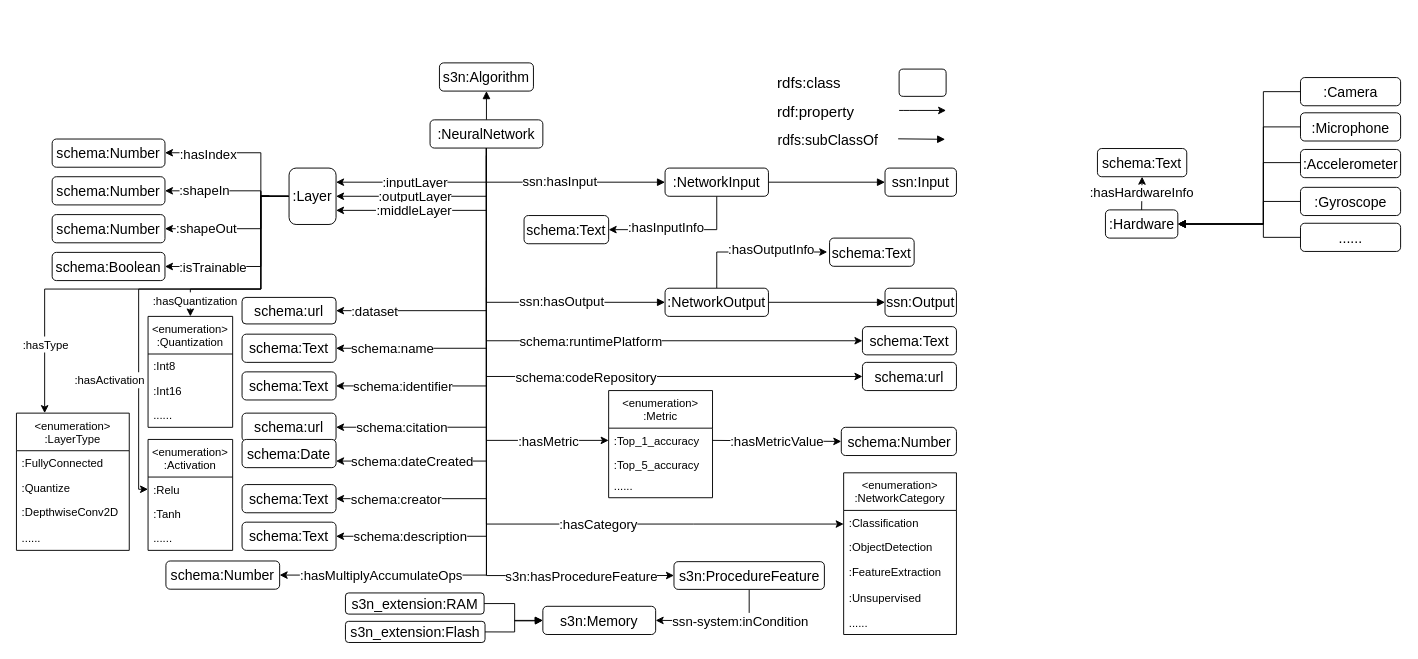
Above: NN_tinyML.drawio in Haoyu-R/appendix (draw.io), before the change. Source tidied: cells renumbered, new cells numbered last; positions are measured from the earlier drawing's top-left corner, leaving out a move shared by most shapes. Both pictures are drawn from the tidied source at 94%, with x=0, y=0 at pixel (16, 62).
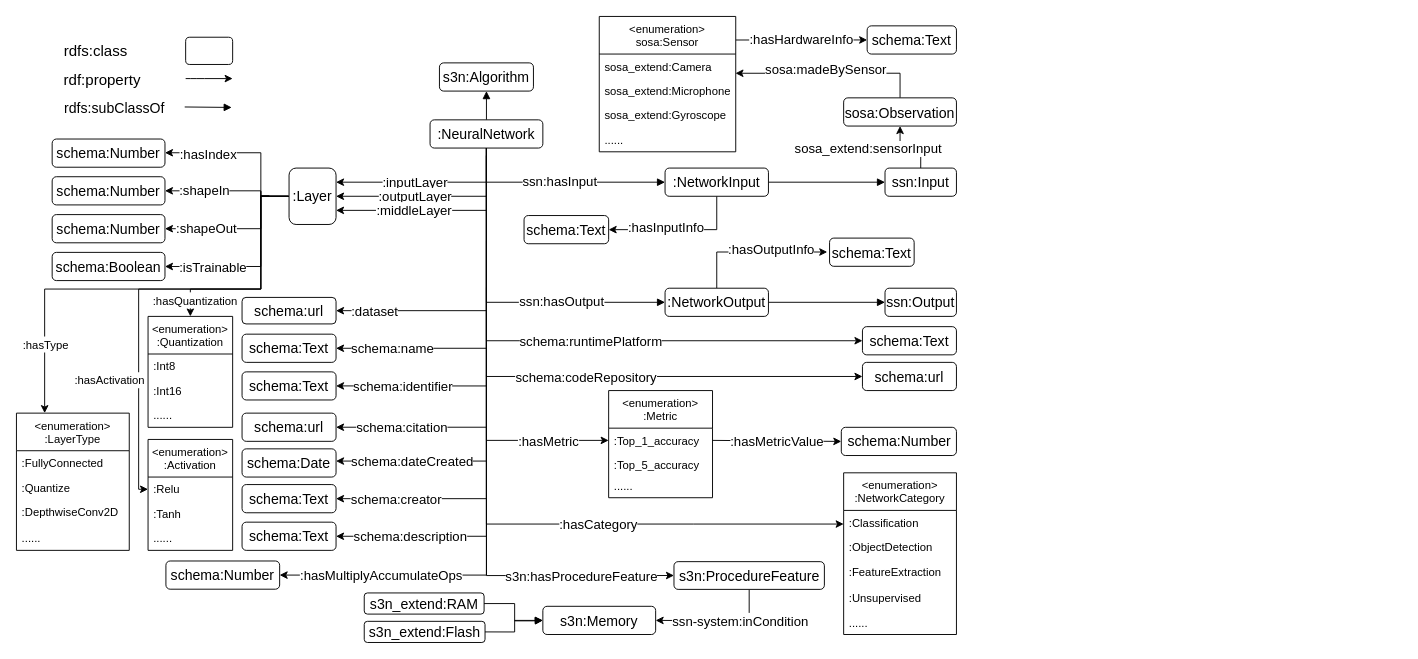
The same diagram, later.

The change refers to these unchanged cells:
```xml
<mxCell id="30" value="ssn:Input" style="rounded=1;whiteSpace=wrap;html=1;fontSize=15;" parent="1" vertex="1">
  <mxGeometry x="924" y="112.3" width="76" height="30" as="geometry" />
</mxCell>
```

Change to the diagram source:
```diff
@@
     <mxCell id="24" style="rounded=1;whiteSpace=wrap;html=1;fontSize=16;" parent="1" vertex="1">
-      <mxGeometry x="939" y="7" width="50" height="29" as="geometry" />
+      <mxGeometry x="180" y="-26.9" width="50" height="29" as="geometry" />
     </mxCell>
     <mxCell id="25" value="rdfs:class" style="text;html=1;align=center;verticalAlign=middle;strokeColor=none;fontSize=16;" parent="1" vertex="1">
-      <mxGeometry x="803" y="11.5" width="80" height="20" as="geometry" />
+      <mxGeometry x="44" y="-22.4" width="80" height="20" as="geometry" />
     </mxCell>
     <mxCell id="26" value="rdf:property" style="text;html=1;align=center;verticalAlign=middle;strokeColor=none;fontSize=16;" parent="1" vertex="1">
-      <mxGeometry x="800" y="41.5" width="100" height="20" as="geometry" />
+      <mxGeometry x="41" y="7.6" width="100" height="20" as="geometry" />
     </mxCell>
     <mxCell id="27" style="endArrow=classic;html=1;fontSize=16;" parent="1" edge="1">
       <mxGeometry relative="1" as="geometry">
-        <mxPoint x="939" y="51" as="sourcePoint" />
-        <mxPoint x="989" y="51" as="targetPoint" />
+        <mxPoint x="180" y="17.1" as="sourcePoint" />
+        <mxPoint x="230" y="17.1" as="targetPoint" />
         <Array as="points">
-          <mxPoint x="949" y="51" />
+          <mxPoint x="190" y="17.1" />
         </Array>
       </mxGeometry>
     </mxCell>
     <mxCell id="28" style="endArrow=block;html=1;fontSize=16;endFill=1;" parent="1" edge="1">
       <mxGeometry relative="1" as="geometry">
-        <mxPoint x="938" y="81.2" as="sourcePoint" />
-        <mxPoint x="988" y="81.7" as="targetPoint" />
+        <mxPoint x="179" y="47.3" as="sourcePoint" />
+        <mxPoint x="229" y="47.8" as="targetPoint" />
       </mxGeometry>
     </mxCell>
     <mxCell id="29" value="rdfs:subClassOf" style="text;html=1;align=center;verticalAlign=middle;strokeColor=none;fontSize=15;" parent="1" vertex="1">
-      <mxGeometry x="803" y="71.5" width="120" height="20" as="geometry" />
+      <mxGeometry x="44" y="37.6" width="120" height="20" as="geometry" />
     </mxCell>
+    <mxCell id="117" style="edgeStyle=orthogonalEdgeStyle;rounded=0;jettySize=auto;html=1;exitX=0.5;exitY=0;exitDx=0;exitDy=0;entryX=0.5;entryY=1;entryDx=0;entryDy=0;fontSize=12;" parent="1" edge="1" source="30" target="125">
+      <mxGeometry relative="1" as="geometry" />
+    </mxCell>
+    <mxCell id="118" value="&lt;font style=&quot;font-size: 14px&quot;&gt;sosa_extend:sensorInput&lt;/font&gt;" style="edgeLabel;html=1;align=center;verticalAlign=middle;fontSize=12;" parent="117" vertex="1">
+      <mxGeometry x="0.37" relative="1" as="geometry">
+        <mxPoint x="-35" y="3" as="offset" />
+      </mxGeometry>
+    </mxCell>
@@
-    <mxCell id="54" value=":Hardware" style="rounded=1;whiteSpace=wrap;html=1;fontSize=15;" parent="1" vertex="1">
-      <mxGeometry x="1158.5" y="156.8" width="77" height="30" as="geometry" />
-    </mxCell>
-    <mxCell id="55" value="&lt;font style=&quot;font-size: 14px&quot;&gt;:hasHardwareInfo&lt;/font&gt;" style="endArrow=classic;html=1;rounded=0;entryX=0.5;entryY=1;entryDx=0;entryDy=0;exitX=0.5;exitY=0;exitDx=0;exitDy=0;" parent="1" edge="1" source="54" target="56">
-      <mxGeometry relative="1" as="geometry" />
+    <mxCell id="55" value="&lt;font style=&quot;font-size: 14px&quot;&gt;:hasHardwareInfo&lt;/font&gt;" style="endArrow=classic;html=1;rounded=0;entryX=0;entryY=0.5;entryDx=0;entryDy=0;exitX=1.001;exitY=0.174;exitDx=0;exitDy=0;exitPerimeter=0;" parent="1" edge="1" source="119" target="56">
+      <mxGeometry relative="1" as="geometry">
+        <Array as="points">
+          <mxPoint x="840" y="-24" />
+        </Array>
+      </mxGeometry>
     </mxCell>
     <mxCell id="56" value="schema:Text" style="rounded=1;whiteSpace=wrap;html=1;fontSize=15;" parent="1" vertex="1">
-      <mxGeometry x="1150" y="91.5" width="95" height="30" as="geometry" />
+      <mxGeometry x="905" y="-39" width="95" height="30" as="geometry" />
     </mxCell>
-    <mxCell id="57" value="&lt;div&gt;:Camera&lt;/div&gt;" style="rounded=1;whiteSpace=wrap;html=1;fontSize=15;" parent="1" vertex="1">
-      <mxGeometry x="1366" y="16" width="106.5" height="30" as="geometry" />
-    </mxCell>
-    <mxCell id="58" value=":Microphone" style="rounded=1;whiteSpace=wrap;html=1;fontSize=15;" parent="1" vertex="1">
-      <mxGeometry x="1366" y="53.5" width="106.5" height="30" as="geometry" />
-    </mxCell>
-    <mxCell id="59" value=":Accelerometer" style="rounded=1;whiteSpace=wrap;html=1;fontSize=15;" parent="1" vertex="1">
-      <mxGeometry x="1366" y="92.5" width="106.5" height="30" as="geometry" />
-    </mxCell>
-    <mxCell id="60" style="edgeStyle=orthogonalEdgeStyle;rounded=0;jettySize=auto;html=1;exitX=0;exitY=0.5;exitDx=0;exitDy=0;endArrow=block;endFill=1;entryX=1;entryY=0.5;entryDx=0;entryDy=0;" parent="1" edge="1" source="61" target="54">
-      <mxGeometry relative="1" as="geometry">
-        <Array as="points">
-          <mxPoint x="1326.5" y="147.5" />
-          <mxPoint x="1326.5" y="171.5" />
-        </Array>
-      </mxGeometry>
-    </mxCell>
-    <mxCell id="61" value="&lt;span class=&quot;ILfuVd&quot;&gt;&lt;span class=&quot;hgKElc&quot;&gt;:Gyroscope&lt;/span&gt;&lt;/span&gt;" style="rounded=1;whiteSpace=wrap;html=1;fontSize=15;" parent="1" vertex="1">
-      <mxGeometry x="1366" y="132.8" width="106.5" height="30" as="geometry" />
-    </mxCell>
@@
-    <mxCell id="71" style="edgeStyle=orthogonalEdgeStyle;rounded=0;jettySize=auto;html=1;endArrow=block;endFill=1;entryX=1;entryY=0.5;entryDx=0;entryDy=0;" parent="1" edge="1" target="54">
-      <mxGeometry relative="1" as="geometry">
-        <mxPoint x="1366.5" y="106.5" as="sourcePoint" />
-        <Array as="points">
-          <mxPoint x="1326.5" y="106.5" />
-          <mxPoint x="1326.5" y="171.5" />
-        </Array>
-      </mxGeometry>
-    </mxCell>
-    <mxCell id="72" style="edgeStyle=orthogonalEdgeStyle;rounded=0;jettySize=auto;html=1;endArrow=block;endFill=1;entryX=1;entryY=0.5;entryDx=0;entryDy=0;exitX=0;exitY=0.5;exitDx=0;exitDy=0;" parent="1" edge="1" source="58" target="54">
-      <mxGeometry relative="1" as="geometry">
-        <Array as="points">
-          <mxPoint x="1326.5" y="68.5" />
-          <mxPoint x="1326.5" y="171.5" />
-        </Array>
-      </mxGeometry>
-    </mxCell>
-    <mxCell id="73" style="edgeStyle=orthogonalEdgeStyle;rounded=0;jettySize=auto;html=1;endArrow=block;endFill=1;entryX=1;entryY=0.5;entryDx=0;entryDy=0;exitX=0;exitY=0.5;exitDx=0;exitDy=0;" parent="1" edge="1" source="57" target="54">
-      <mxGeometry relative="1" as="geometry">
-        <Array as="points">
-          <mxPoint x="1326.5" y="31.5" />
-          <mxPoint x="1326.5" y="171.5" />
-        </Array>
-      </mxGeometry>
-    </mxCell>
@@
     <mxCell id="79" value="schema:Date" style="rounded=1;whiteSpace=wrap;html=1;fontSize=15;" parent="1" vertex="1">
-      <mxGeometry x="240" y="401" width="100" height="30" as="geometry" />
+      <mxGeometry x="240" y="411" width="100" height="30" as="geometry" />
     </mxCell>
@@
-    <mxCell id="85" value="......" style="rounded=1;whiteSpace=wrap;html=1;fontSize=15;" parent="1" vertex="1">
-      <mxGeometry x="1366" y="171" width="106.5" height="30" as="geometry" />
-    </mxCell>
-    <mxCell id="86" style="edgeStyle=orthogonalEdgeStyle;rounded=0;jettySize=auto;html=1;exitX=0;exitY=0.5;exitDx=0;exitDy=0;endArrow=block;endFill=1;entryX=1;entryY=0.5;entryDx=0;entryDy=0;" parent="1" edge="1" source="85" target="54">
-      <mxGeometry relative="1" as="geometry">
-        <Array as="points">
-          <mxPoint x="1326.5" y="186.5" />
-          <mxPoint x="1326.5" y="171.5" />
-        </Array>
-      </mxGeometry>
-    </mxCell>
-    <mxCell id="87" value="s3n_extension:Flash" style="rounded=1;whiteSpace=wrap;html=1;fontSize=15;" parent="1" vertex="1">
-      <mxGeometry x="350" y="594.5" width="148.5" height="22.5" as="geometry" />
+    <mxCell id="87" value="s3n_extend:Flash" style="rounded=1;whiteSpace=wrap;html=1;fontSize=15;" parent="1" vertex="1">
+      <mxGeometry x="370" y="594.5" width="128.5" height="22.5" as="geometry" />
     </mxCell>
-    <mxCell id="88" value="s3n_extension:RAM" style="rounded=1;whiteSpace=wrap;html=1;fontSize=15;" parent="1" vertex="1">
-      <mxGeometry x="350" y="564.3" width="147.5" height="22.5" as="geometry" />
+    <mxCell id="88" value="s3n_extend:RAM" style="rounded=1;whiteSpace=wrap;html=1;fontSize=15;" parent="1" vertex="1">
+      <mxGeometry x="370" y="564.3" width="127.5" height="22.5" as="geometry" />
     </mxCell>
@@
+    <mxCell id="119" value="&lt;enumeration&gt;&#10;sosa:Sensor" style="swimlane;fontStyle=0;horizontal=1;startSize=40;fillColor=none;" parent="1" vertex="1">
+      <mxGeometry x="620" y="-49" width="145.2" height="144" as="geometry" />
+    </mxCell>
+    <mxCell id="120" value="sosa_extend:Camera" style="text;strokeColor=none;fillColor=none;align=left;verticalAlign=top;spacingLeft=4;spacingRight=4;overflow=hidden;points=[[0,0.5],[1,0.5]];portConstraint=eastwest;" parent="119" vertex="1">
+      <mxGeometry y="40" width="145.2" height="26" as="geometry" />
+    </mxCell>
+    <mxCell id="121" value="sosa_extend:Microphone" style="text;strokeColor=none;fillColor=none;align=left;verticalAlign=top;spacingLeft=4;spacingRight=4;overflow=hidden;" parent="119" vertex="1">
+      <mxGeometry y="66" width="145.2" height="26" as="geometry" />
+    </mxCell>
+    <mxCell id="122" value="sosa_extend:Gyroscope" style="text;strokeColor=none;fillColor=none;align=left;verticalAlign=top;spacingLeft=4;spacingRight=4;overflow=hidden;" parent="119" vertex="1">
+      <mxGeometry y="92" width="145.2" height="26" as="geometry" />
+    </mxCell>
+    <mxCell id="85" value="......" style="text;strokeColor=none;fillColor=none;align=left;verticalAlign=top;spacingLeft=4;spacingRight=4;overflow=hidden;points=[[0,0.5],[1,0.5]];portConstraint=eastwest;" parent="119" vertex="1">
+      <mxGeometry y="118" width="145.2" height="26" as="geometry" />
+    </mxCell>
+    <mxCell id="123" style="edgeStyle=orthogonalEdgeStyle;rounded=0;jettySize=auto;html=1;exitX=0.5;exitY=0;exitDx=0;exitDy=0;entryX=0.998;entryY=0.786;entryDx=0;entryDy=0;entryPerimeter=0;fontSize=12;" parent="1" edge="1" source="125" target="120">
+      <mxGeometry relative="1" as="geometry" />
+    </mxCell>
+    <mxCell id="124" value="&lt;font style=&quot;font-size: 14px&quot;&gt;sosa:madeBySensor&lt;/font&gt;" style="edgeLabel;html=1;align=center;verticalAlign=middle;fontSize=12;" parent="123" vertex="1">
+      <mxGeometry x="-0.28" y="1" relative="1" as="geometry">
+        <mxPoint x="-34" y="-5" as="offset" />
+      </mxGeometry>
+    </mxCell>
+    <mxCell id="125" value="sosa:Observation" style="rounded=1;whiteSpace=wrap;html=1;fontSize=15;" parent="1" vertex="1">
+      <mxGeometry x="880" y="37.6" width="120" height="30" as="geometry" />
+    </mxCell>
```
